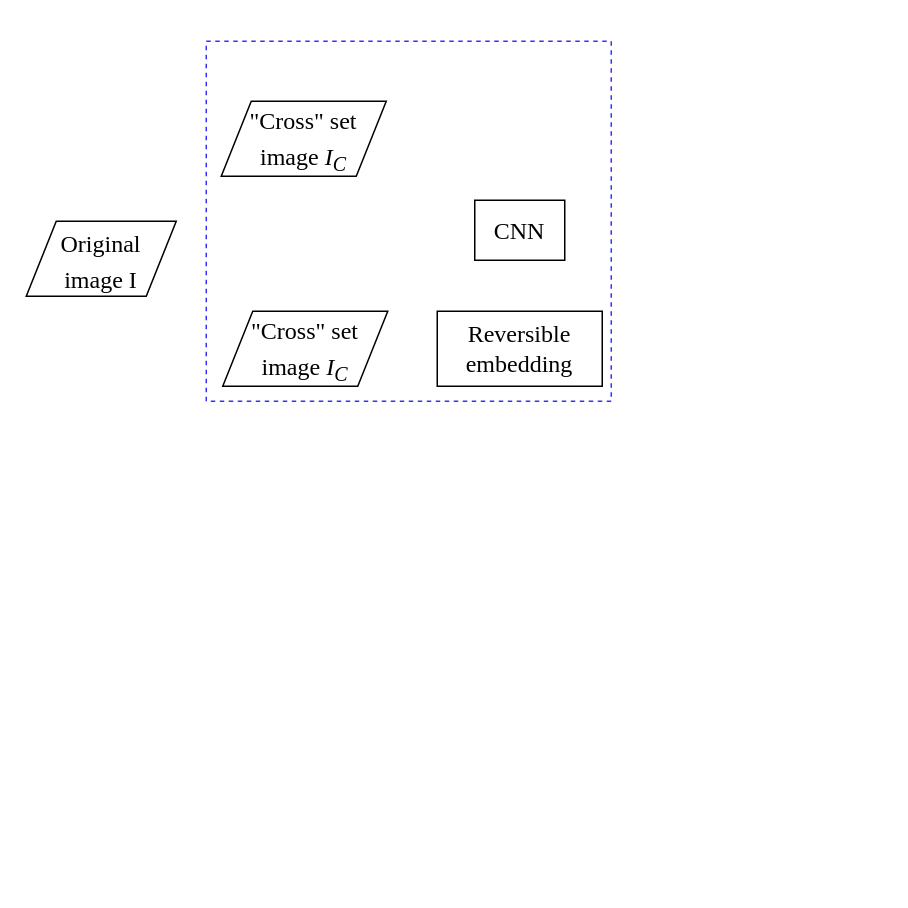
Above: 1.PHD_homework/Fig6.drawio in hdhzhd/draw-diagrams (draw.io), before the change. Source tidied: cells renumbered, new cells numbered last; positions are measured from the earlier drawing's top-left corner, leaving out a move shared by most shapes. Both pictures are drawn from the tidied source at 150%, with x=0, y=0 at pixel (26, 40).
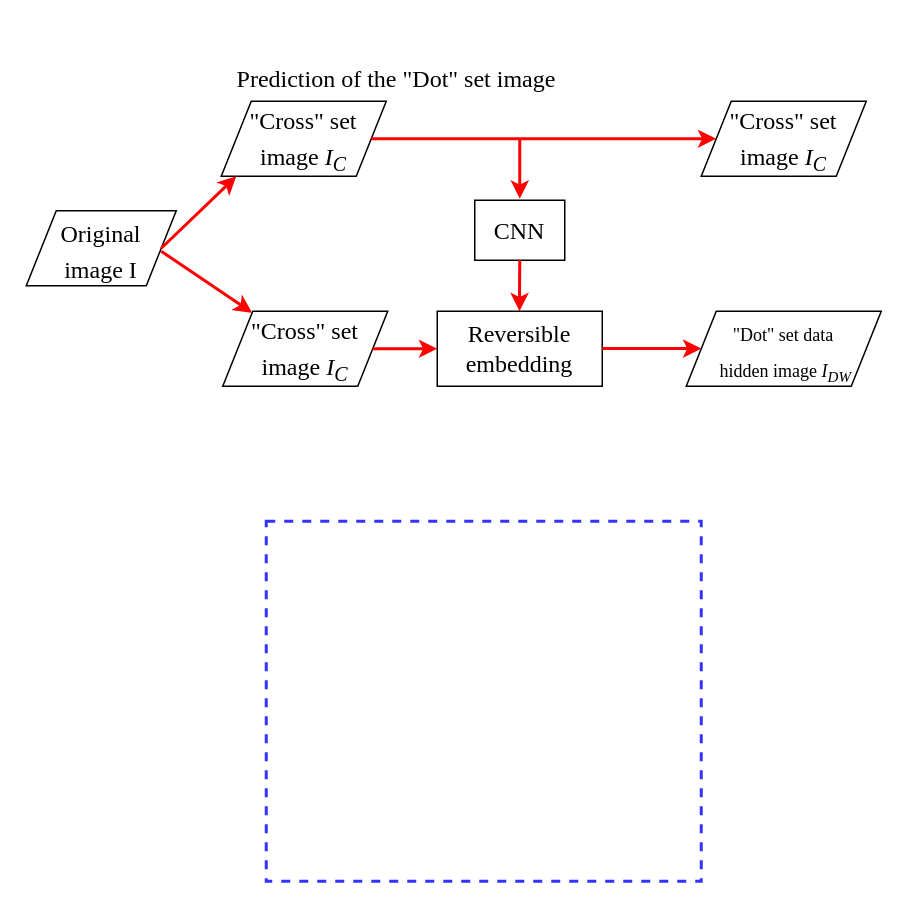
After the change.

Unchanged cells that the change refers to:
```xml
<mxCell id="3" value="&lt;font size=&quot;3&quot;&gt;&quot;Cross&quot; set image &lt;i&gt;I&lt;sub&gt;C&lt;/sub&gt;&lt;/i&gt;&lt;/font&gt;" style="shape=parallelogram;perimeter=parallelogramPerimeter;whiteSpace=wrap;html=1;fixedSize=1;sketch=0;fontFamily=Times New Roman;fontSize=20;fontColor=#000000;strokeColor=#000000;strokeWidth=1;fillColor=#FFFFFF;" parent="1" vertex="1">
  <mxGeometry x="130" y="40" width="110" height="50" as="geometry" />
</mxCell>
<mxCell id="4" value="&lt;font size=&quot;3&quot;&gt;&quot;Cross&quot; set image &lt;i&gt;I&lt;sub&gt;C&lt;/sub&gt;&lt;/i&gt;&lt;/font&gt;" style="shape=parallelogram;perimeter=parallelogramPerimeter;whiteSpace=wrap;html=1;fixedSize=1;sketch=0;fontFamily=Times New Roman;fontSize=20;fontColor=#000000;strokeColor=#000000;strokeWidth=1;fillColor=#FFFFFF;" parent="1" vertex="1">
  <mxGeometry x="131" y="180" width="110" height="50" as="geometry" />
</mxCell>
<mxCell id="5" value="CNN" style="rounded=0;whiteSpace=wrap;html=1;sketch=0;fontFamily=Times New Roman;fontSize=16;fontColor=#000000;strokeColor=#000000;strokeWidth=1;fillColor=#FFFFFF;" parent="1" vertex="1">
  <mxGeometry x="299" y="106" width="60" height="40" as="geometry" />
</mxCell>
<mxCell id="6" value="Reversible embedding" style="rounded=0;whiteSpace=wrap;html=1;sketch=0;fontFamily=Times New Roman;fontSize=16;fontColor=#000000;strokeColor=#000000;strokeWidth=1;fillColor=#FFFFFF;" parent="1" vertex="1">
  <mxGeometry x="274" y="180" width="110" height="50" as="geometry" />
</mxCell>
```

What changed in the source:
```diff
@@
     <mxCell id="2" value="&lt;font style=&quot;font-size: 16px&quot;&gt;Original &lt;br&gt;image I&lt;/font&gt;" style="shape=parallelogram;perimeter=parallelogramPerimeter;whiteSpace=wrap;html=1;fixedSize=1;sketch=0;fontFamily=Times New Roman;fontSize=20;fontColor=#000000;strokeColor=#000000;strokeWidth=1;fillColor=#FFFFFF;" parent="1" vertex="1">
-      <mxGeometry y="120" width="100" height="50" as="geometry" />
+      <mxGeometry y="113" width="100" height="50" as="geometry" />
     </mxCell>
@@
-    <mxCell id="7" value="&lt;h1&gt;&lt;br&gt;&lt;/h1&gt;" style="text;html=1;strokeColor=#3333FF;fillColor=none;spacing=5;spacingTop=-20;whiteSpace=wrap;overflow=hidden;rounded=0;sketch=0;fontFamily=Times New Roman;fontSize=16;fontColor=#000000;dashed=1;" parent="1" vertex="1">
-      <mxGeometry x="120" width="270" height="240" as="geometry" />
+    <mxCell id="7" value="&lt;h1&gt;&lt;br&gt;&lt;/h1&gt;" style="text;html=1;strokeColor=#3333FF;fillColor=none;spacing=5;spacingTop=-20;whiteSpace=wrap;overflow=hidden;rounded=0;sketch=0;fontFamily=Times New Roman;fontSize=16;fontColor=#000000;dashed=1;strokeWidth=2;" parent="1" vertex="1">
+      <mxGeometry x="160" y="320" width="290" height="240" as="geometry" />
     </mxCell>
+    <mxCell id="8" value="Prediction of the &quot;Dot&quot; set image&amp;nbsp;" style="text;html=1;strokeColor=none;fillColor=none;align=center;verticalAlign=middle;whiteSpace=wrap;rounded=0;dashed=1;sketch=0;fontFamily=Times New Roman;fontSize=16;fontColor=#000000;" parent="1" vertex="1">
+      <mxGeometry x="129" y="10" width="240" height="30" as="geometry" />
+    </mxCell>
+    <mxCell id="9" style="endArrow=classic;html=1;rounded=0;fontFamily=Times New Roman;fontSize=16;fontColor=#000000;strokeColor=#FF0000;strokeWidth=2;exitX=1;exitY=0.5;exitDx=0;exitDy=0;" parent="1" edge="1" source="2">
+      <mxGeometry relative="1" as="geometry">
+        <mxPoint x="140" y="90" as="targetPoint" />
+      </mxGeometry>
+    </mxCell>
+    <mxCell id="10" style="endArrow=classic;html=1;rounded=0;fontFamily=Times New Roman;fontSize=16;fontColor=#000000;strokeColor=#FF0000;strokeWidth=2;" parent="1" edge="1" target="4">
+      <mxGeometry relative="1" as="geometry">
+        <mxPoint x="90" y="140" as="sourcePoint" />
+      </mxGeometry>
+    </mxCell>
+    <mxCell id="11" style="endArrow=classic;html=1;rounded=0;fontFamily=Times New Roman;fontSize=16;fontColor=#000000;strokeColor=#FF0000;strokeWidth=2;exitX=1;exitY=0.5;exitDx=0;exitDy=0;entryX=0;entryY=0.5;entryDx=0;entryDy=0;" parent="1" edge="1" source="4" target="6">
+      <mxGeometry relative="1" as="geometry" />
+    </mxCell>
+    <mxCell id="12" value="&lt;font size=&quot;3&quot;&gt;&quot;Cross&quot; set image &lt;i&gt;I&lt;sub&gt;C&lt;/sub&gt;&lt;/i&gt;&lt;/font&gt;" style="shape=parallelogram;perimeter=parallelogramPerimeter;whiteSpace=wrap;html=1;fixedSize=1;sketch=0;fontFamily=Times New Roman;fontSize=20;fontColor=#000000;strokeColor=#000000;strokeWidth=1;fillColor=#FFFFFF;" parent="1" vertex="1">
+      <mxGeometry x="450" y="40" width="110" height="50" as="geometry" />
+    </mxCell>
+    <mxCell id="13" style="endArrow=classic;html=1;rounded=0;fontFamily=Times New Roman;fontSize=16;fontColor=#000000;strokeColor=#FF0000;strokeWidth=2;exitX=1;exitY=0.5;exitDx=0;exitDy=0;entryX=0;entryY=0.5;entryDx=0;entryDy=0;" parent="1" edge="1" source="3" target="12">
+      <mxGeometry relative="1" as="geometry" />
+    </mxCell>
+    <mxCell id="14" style="endArrow=classic;html=1;rounded=0;fontFamily=Times New Roman;fontSize=16;fontColor=#000000;strokeColor=#FF0000;strokeWidth=2;" parent="1" edge="1">
+      <mxGeometry relative="1" as="geometry">
+        <mxPoint x="329" y="65" as="sourcePoint" />
+        <mxPoint x="329" y="105" as="targetPoint" />
+      </mxGeometry>
+    </mxCell>
+    <mxCell id="15" style="endArrow=classic;html=1;rounded=0;fontFamily=Times New Roman;fontSize=16;fontColor=#000000;strokeColor=#FF0000;strokeWidth=2;exitX=0.5;exitY=1;exitDx=0;exitDy=0;" parent="1" edge="1" source="5">
+      <mxGeometry relative="1" as="geometry">
+        <mxPoint x="328.8" y="180" as="targetPoint" />
+      </mxGeometry>
+    </mxCell>
+    <mxCell id="16" style="endArrow=classic;html=1;rounded=0;fontFamily=Times New Roman;fontSize=16;fontColor=#000000;strokeColor=#FF0000;strokeWidth=2;exitX=1;exitY=0.5;exitDx=0;exitDy=0;" parent="1" edge="1" target="17">
+      <mxGeometry relative="1" as="geometry">
+        <mxPoint x="384" y="204.8" as="sourcePoint" />
+      </mxGeometry>
+    </mxCell>
+    <mxCell id="17" value="&lt;font style=&quot;font-size: 12px ; line-height: 1&quot;&gt;&quot;Dot&quot; set data&lt;br&gt;&amp;nbsp;hidden image &lt;i&gt;I&lt;sub&gt;DW&lt;/sub&gt;&lt;/i&gt;&lt;/font&gt;" style="shape=parallelogram;perimeter=parallelogramPerimeter;whiteSpace=wrap;html=1;fixedSize=1;sketch=0;fontFamily=Times New Roman;fontSize=20;fontColor=#000000;strokeColor=#000000;strokeWidth=1;fillColor=#FFFFFF;" parent="1" vertex="1">
+      <mxGeometry x="440" y="180" width="130" height="50" as="geometry" />
+    </mxCell>
```
